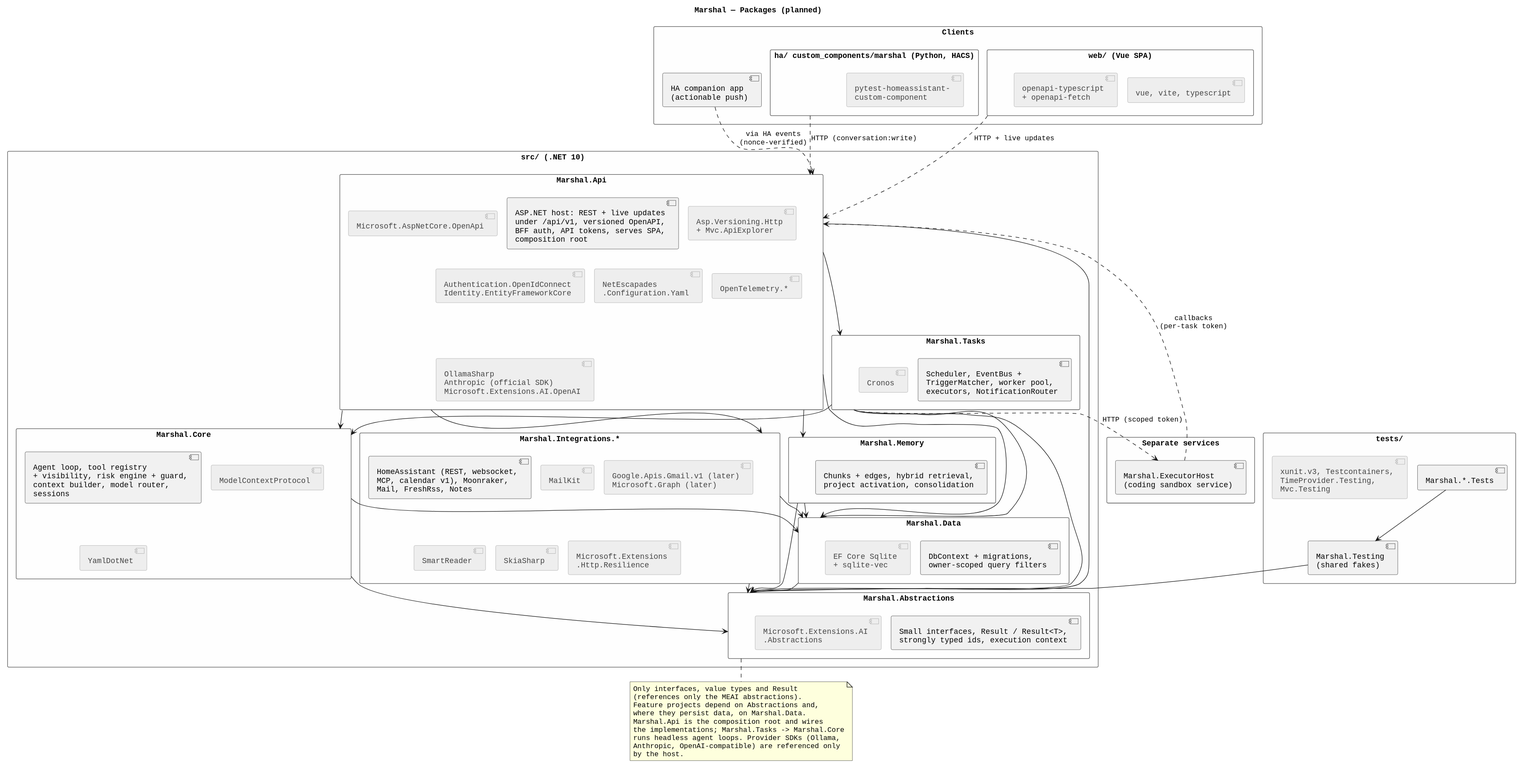
Earlier version of the PlantUML export docs/diagrams/packages.svg (lGruenzweilHTL/marshal).
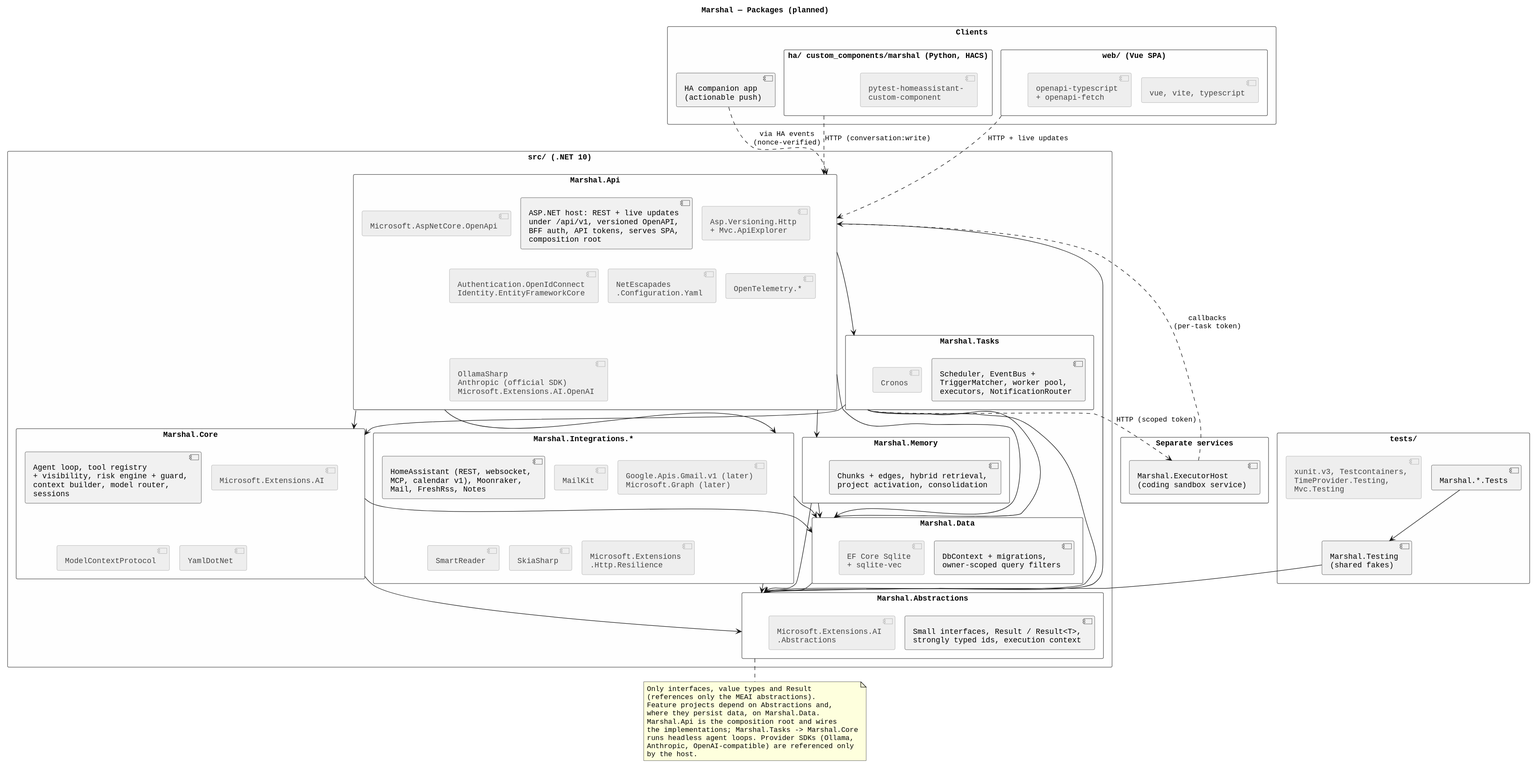
After the change.

What changed in the source:
```diff
@@ -51,6 +51,7 @@
 
   package "Marshal.Core" as Core {
     component "Agent loop, tool registry\n+ visibility, risk engine + guard,\ncontext builder, model router,\nsessions" as CoreParts
+    component "Microsoft.Extensions.AI" <<nuget>>
     component "ModelContextProtocol" <<nuget>>
     component "YamlDotNet" <<nuget>>
   }
```
